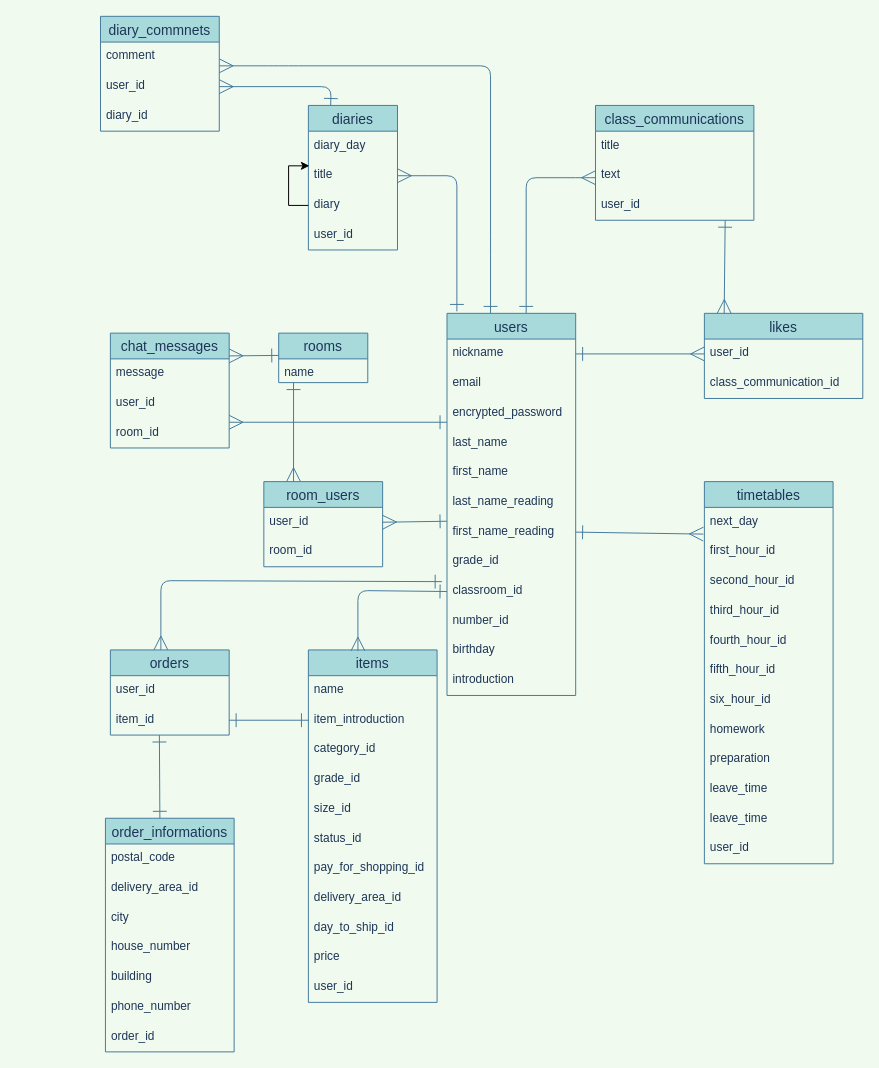
Above: ER.dio in hiratatatsujiro/contact_book_app (draw.io), before the change. Source tidied: cells renumbered, new cells numbered last; positions are measured from the earlier drawing's top-left corner, leaving out a move shared by most shapes. Both pictures are drawn from the tidied source at 99%, with x=0, y=0 at pixel (100, 16).
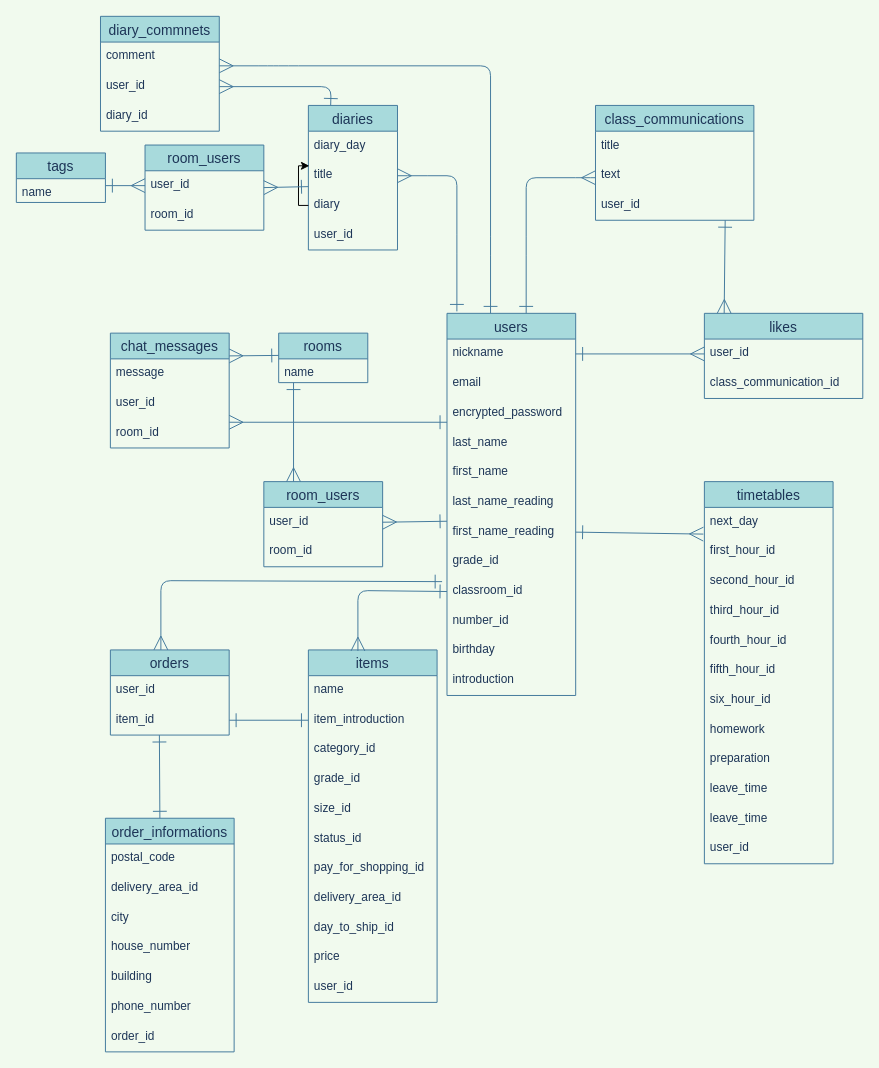
After the change.

The change refers to these unchanged cells:
```xml
<mxCell id="15" value="diaries" style="swimlane;fontStyle=0;horizontal=1;startSize=26;align=center;fontSize=14;fillColor=#A8DADC;strokeColor=#457B9D;fontColor=#1D3557;" parent="1" vertex="1">
  <mxGeometry x="210" y="90" width="90" height="146" as="geometry" />
</mxCell>
<mxCell id="17" value="title&#10;" style="text;strokeColor=none;fillColor=none;spacingLeft=4;spacingRight=4;overflow=hidden;points=[[0,0.5],[1,0.5]];portConstraint=eastwest;fontSize=12;fontColor=#1D3557;" parent="15" vertex="1">
  <mxGeometry y="56" width="90" height="30" as="geometry" />
</mxCell>
<mxCell id="19" value="diary" style="text;strokeColor=none;fillColor=none;spacingLeft=4;spacingRight=4;overflow=hidden;points=[[0,0.5],[1,0.5]];portConstraint=eastwest;fontSize=12;fontColor=#1D3557;" parent="15" vertex="1">
  <mxGeometry y="86" width="90" height="30" as="geometry" />
</mxCell>
```

What changed in the source:
```diff
@@
     <mxCell id="18" style="edgeStyle=orthogonalEdgeStyle;rounded=0;jettySize=auto;html=1;exitX=0;exitY=0.5;exitDx=0;exitDy=0;entryX=0.011;entryY=0.167;entryDx=0;entryDy=0;entryPerimeter=0;" parent="15" edge="1" source="19" target="17">
-      <mxGeometry relative="1" as="geometry" />
+      <mxGeometry relative="1" as="geometry">
+        <Array as="points">
+          <mxPoint x="-10" y="101" />
+          <mxPoint x="-10" y="61" />
+        </Array>
+      </mxGeometry>
     </mxCell>
@@
+    <mxCell id="92" value="tags" style="swimlane;fontStyle=0;horizontal=1;startSize=26;align=center;fontSize=14;fillColor=#A8DADC;strokeColor=#457B9D;fontColor=#1D3557;" parent="1" vertex="1">
+      <mxGeometry x="-85" y="138" width="90" height="50" as="geometry" />
+    </mxCell>
+    <mxCell id="93" value="name" style="text;strokeColor=none;fillColor=none;spacingLeft=4;spacingRight=4;overflow=hidden;fontSize=12;fontColor=#1D3557;" parent="92" vertex="1">
+      <mxGeometry y="26" width="90" height="24" as="geometry" />
+    </mxCell>
+    <mxCell id="94" value="room_users" style="swimlane;fontStyle=0;horizontal=1;startSize=26;align=center;fontSize=14;fillColor=#A8DADC;strokeColor=#457B9D;fontColor=#1D3557;" parent="1" vertex="1">
+      <mxGeometry x="45" y="130" width="120" height="86" as="geometry" />
+    </mxCell>
+    <mxCell id="95" value="user_id" style="text;strokeColor=none;fillColor=none;spacingLeft=4;spacingRight=4;overflow=hidden;points=[[0,0.5],[1,0.5]];portConstraint=eastwest;fontSize=12;fontColor=#1D3557;" parent="94" vertex="1">
+      <mxGeometry y="26" width="120" height="30" as="geometry" />
+    </mxCell>
+    <mxCell id="96" value="room_id" style="text;strokeColor=none;fillColor=none;spacingLeft=4;spacingRight=4;overflow=hidden;fontSize=12;fontColor=#1D3557;" parent="94" vertex="1">
+      <mxGeometry y="56" width="120" height="30" as="geometry" />
+    </mxCell>
+    <mxCell id="97" style="edgeStyle=none;rounded=1;sketch=0;jettySize=auto;html=1;fontColor=#1D3557;startArrow=ERone;startFill=0;endArrow=ERmany;endFill=0;startSize=12;endSize=12;strokeColor=#457B9D;fillColor=#A8DADC;entryX=0.958;entryY=0.567;entryDx=0;entryDy=0;entryPerimeter=0;exitX=0;exitY=0.867;exitDx=0;exitDy=0;exitPerimeter=0;" parent="1" edge="1" source="17">
+      <mxGeometry relative="1" as="geometry">
+        <mxPoint x="165" y="173" as="targetPoint" />
+      </mxGeometry>
+    </mxCell>
+    <mxCell id="98" style="edgeStyle=none;rounded=1;sketch=0;jettySize=auto;html=1;fontColor=#1D3557;strokeColor=#457B9D;fillColor=#A8DADC;endArrow=ERmany;endFill=0;endSize=12;startSize=12;startArrow=ERone;startFill=0;entryX=0;entryY=0.5;entryDx=0;entryDy=0;" parent="1" edge="1" target="95">
+      <mxGeometry relative="1" as="geometry">
+        <mxPoint x="5" y="171" as="sourcePoint" />
+      </mxGeometry>
+    </mxCell>
```
